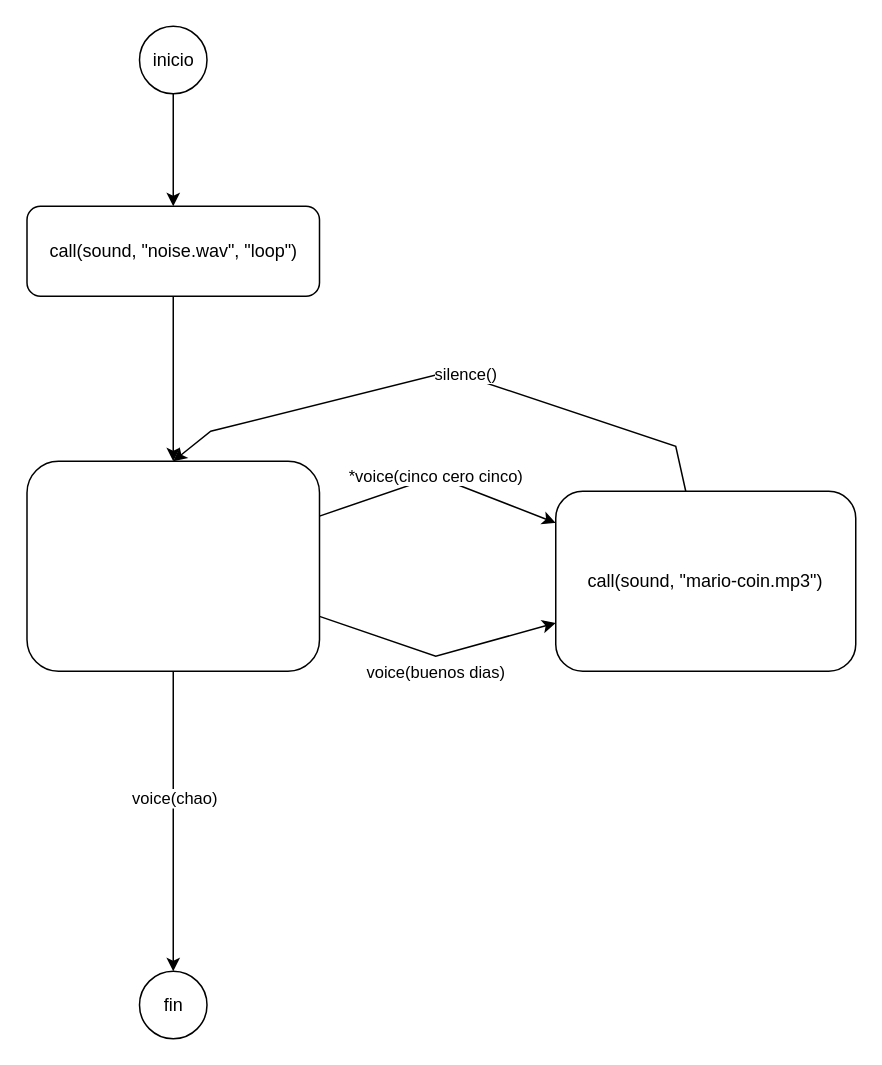
This is data/ue/scenes/caso1.drawio from ejfdelgado/ejflab, a draw.io file, before an edit. Source tidied: cells renumbered, new cells numbered last; positions are measured from the earlier drawing's top-left corner, leaving out a move shared by most shapes. Both pictures are drawn from the tidied source at 150%, with x=0, y=0 at pixel (27, 26).
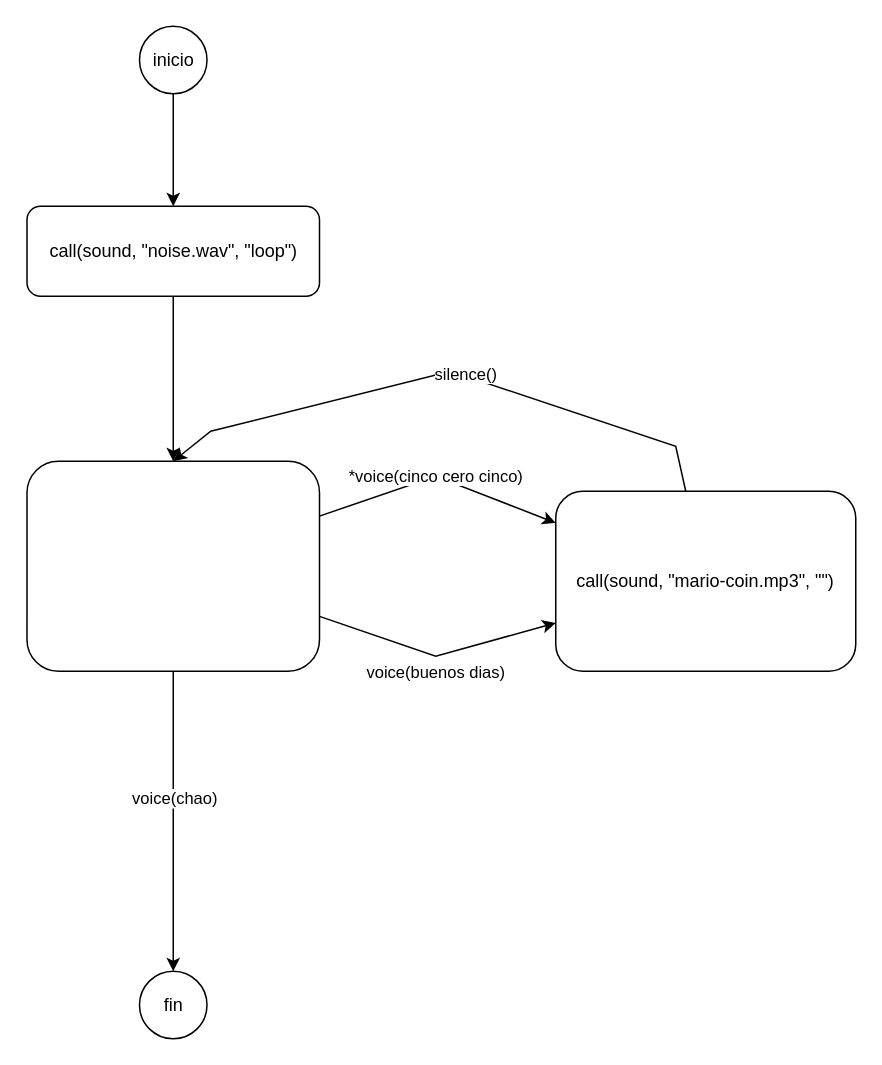
After the change.

Change to the diagram source:
```diff
@@
-    <mxCell id="4" value="call(sound, &quot;mario-coin.mp3&quot;)" style="rounded=1;whiteSpace=wrap;html=1;fontSize=12;glass=0;strokeWidth=1;shadow=0;" parent="1" vertex="1">
+    <mxCell id="4" value="call(sound, &quot;mario-coin.mp3&quot;, &quot;&quot;)" style="rounded=1;whiteSpace=wrap;html=1;fontSize=12;glass=0;strokeWidth=1;shadow=0;" parent="1" vertex="1">
       <mxGeometry x="352" y="310" width="200" height="120" as="geometry" />
     </mxCell>
```
